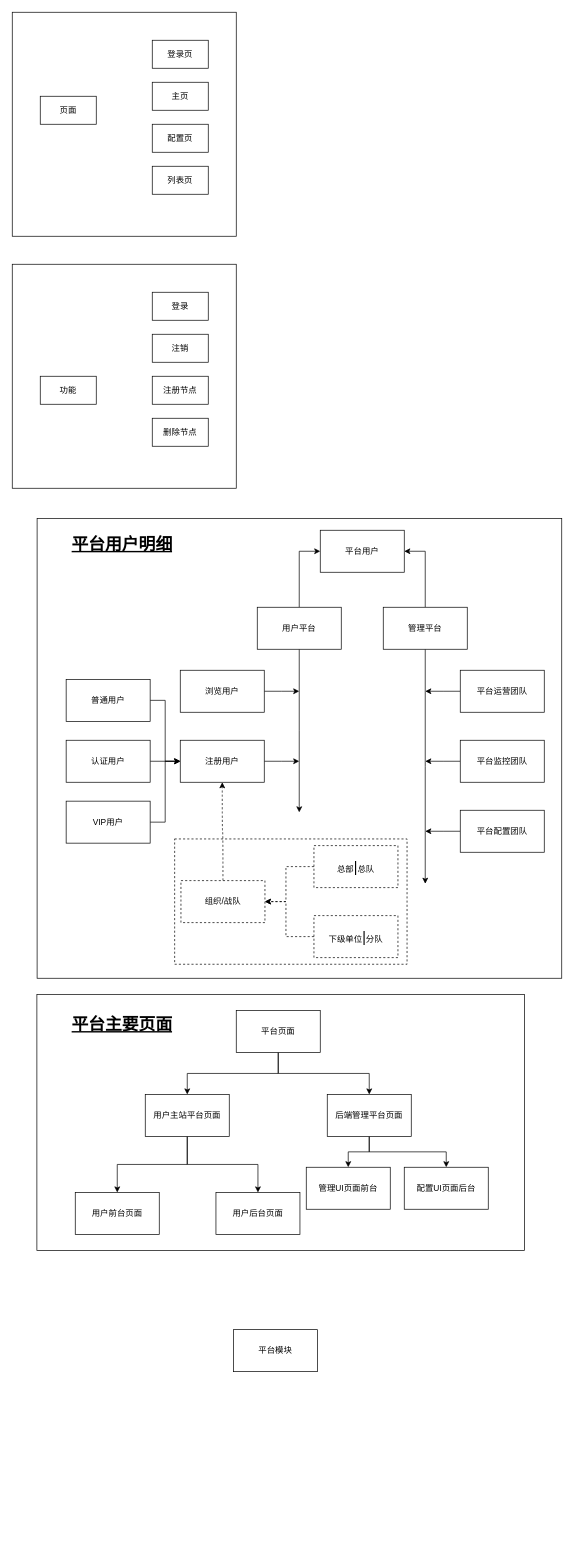
Yaoisss/Harmbook-Project-Docments keeps this draw.io diagram as v0.1/v0.1.drawio. Above is the earlier version. Source tidied: cells renumbered, new cells numbered last; positions are measured from the earlier drawing's top-left corner, leaving out a move shared by most shapes. Both pictures are drawn from the tidied source at 70%, with x=0, y=0 at pixel (12, 12).
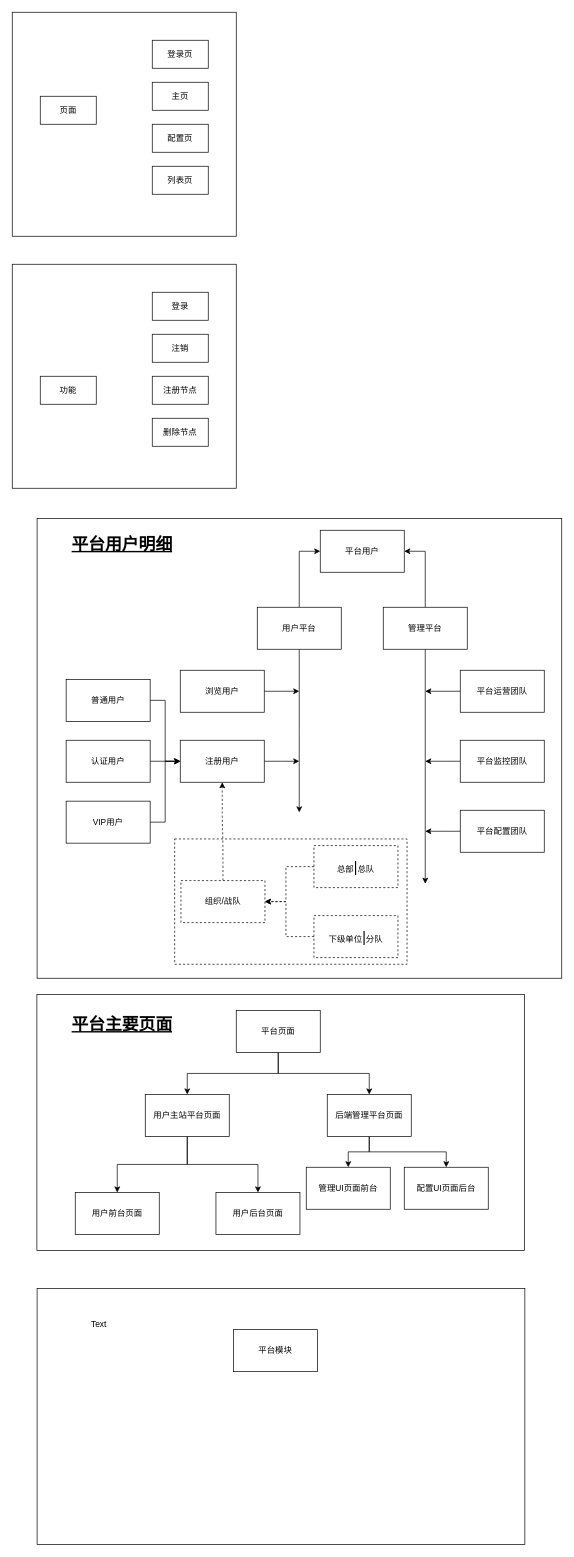
The same diagram, later.

Diff of the diagram source:
```diff
@@
+    <mxCell id="62" style="rounded=0;whiteSpace=wrap;html=1;fillColor=none;" parent="1" vertex="1">
+      <mxGeometry x="35.5" y="1823" width="696.8" height="366" as="geometry" />
+    </mxCell>
+    <mxCell id="63" value="Text" style="text;html=1;strokeColor=none;fillColor=none;align=center;verticalAlign=middle;whiteSpace=wrap;rounded=0;" parent="1" vertex="1">
+      <mxGeometry x="94" y="1860" width="60" height="30" as="geometry" />
+    </mxCell>
```
